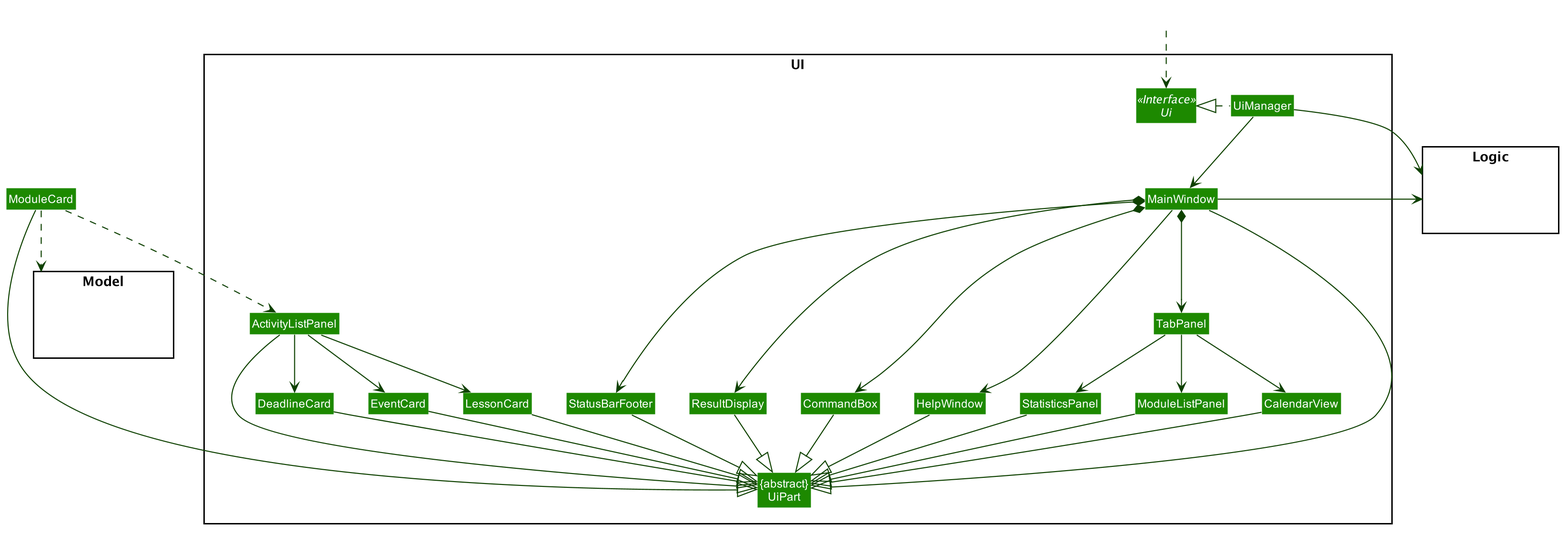
Above: docs/images/UiClassDiagram.png in nus-cs2103-AY1920S2/addressbook-level3 (PlantUML), before the change.
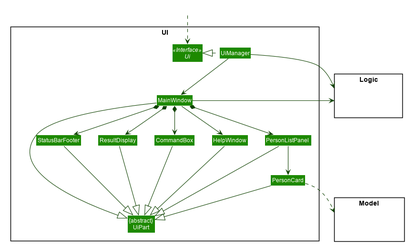
Later version of the same file.

What changed in the source:
```diff
@@ -58,14 +58,8 @@
 Class MainWindow
 Class HelpWindow
 Class ResultDisplay
-Class TabPanel
-Class ModuleListPanel
-Class ActivityListPanel
-Class DeadlineCard
-Class EventCard
-Class LessonCard
-Class CalendarView
-Class StatisticsPanel
+Class PersonListPanel
+Class PersonCard
 Class StatusBarFooter
 Class CommandBox
 }
@@ -86,40 +80,25 @@
 MainWindow --> HelpWindow
 MainWindow *-down-> CommandBox
 MainWindow *-down-> ResultDisplay
-MainWindow *-down-> TabPanel
+MainWindow *-down-> PersonListPanel
 MainWindow *-down-> StatusBarFooter
 
-TabPanel -down-> CalendarView
-TabPanel -down-> ModuleListPanel
-TabPanel -down-> StatisticsPanel
+PersonListPanel -down-> PersonCard
 
 MainWindow -left-|> UiPart
 
 ResultDisplay --|> UiPart
 CommandBox --|> UiPart
-ModuleListPanel --|> UiPart
-StatisticsPanel --|> UiPart
-CalendarView --|> UiPart
-ModuleCard --|> UiPart
+PersonListPanel --|> UiPart
+PersonCard --|> UiPart
 StatusBarFooter --|> UiPart
-ActivityListPanel --|> UiPart
-DeadlineCard --|> UiPart
-EventCard --|> UiPart
-LessonCard --|> UiPart
 HelpWindow -down-|> UiPart
 
-ModuleCard ..> Model
-ModuleCard ..> ActivityListPanel
-
-ActivityListPanel -down-> DeadlineCard
-ActivityListPanel -down-> EventCard
-ActivityListPanel -down-> LessonCard
-
-
+PersonCard ..> Model
 UiManager -right-> Logic
 MainWindow -left-> Logic
 
-ModuleListPanel -[hidden]left- HelpWindow
+PersonListPanel -[hidden]left- HelpWindow
 HelpWindow -[hidden]left- CommandBox
 CommandBox -[hidden]left- ResultDisplay
 ResultDisplay -[hidden]left- StatusBarFooter
```
